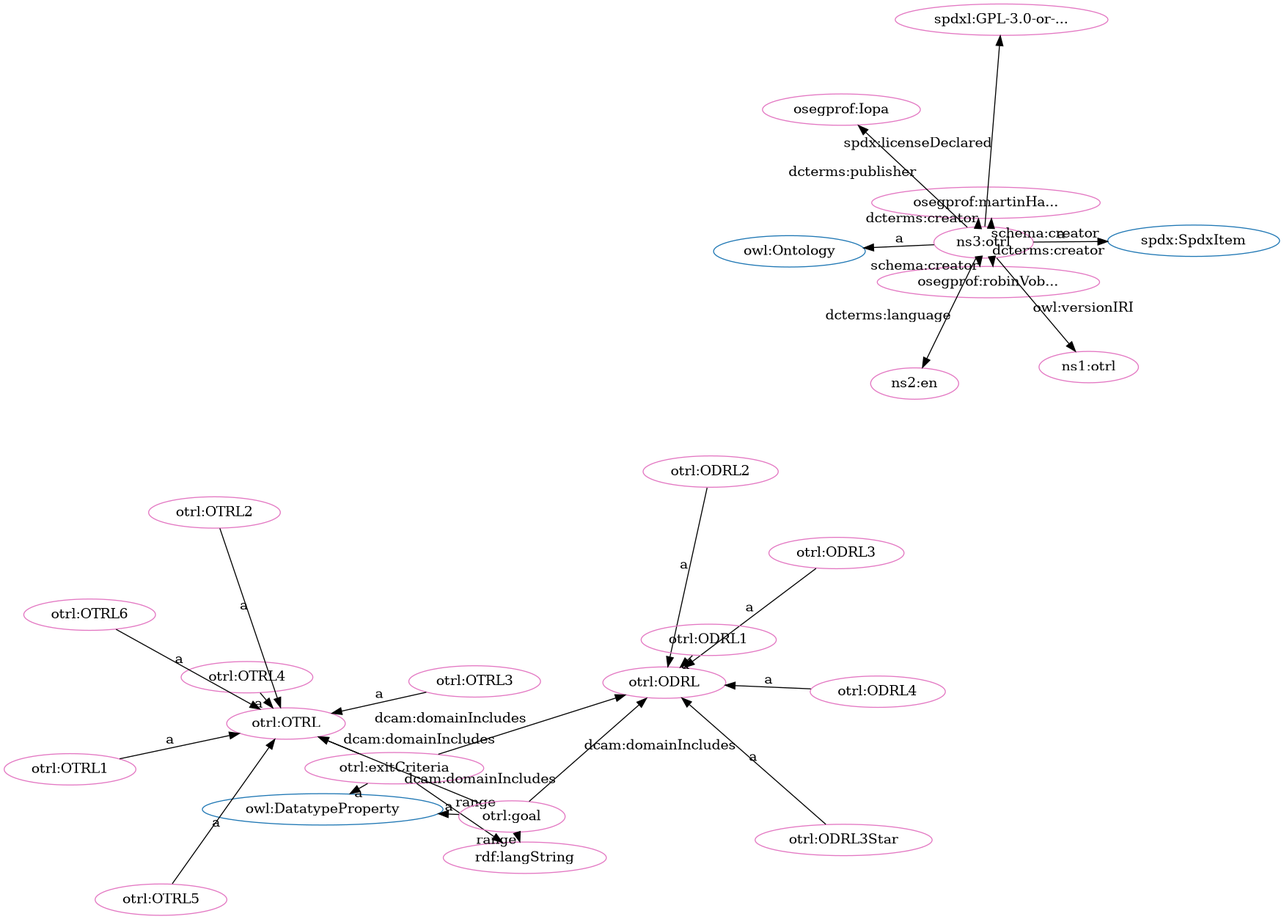
iop-alliance/OpenKnowHow keeps this Graphviz diagram as src/spec/fdp_otrl.png. Above is the earlier version. Its source is kept beside it as src/spec/fdp_otrl.dot.
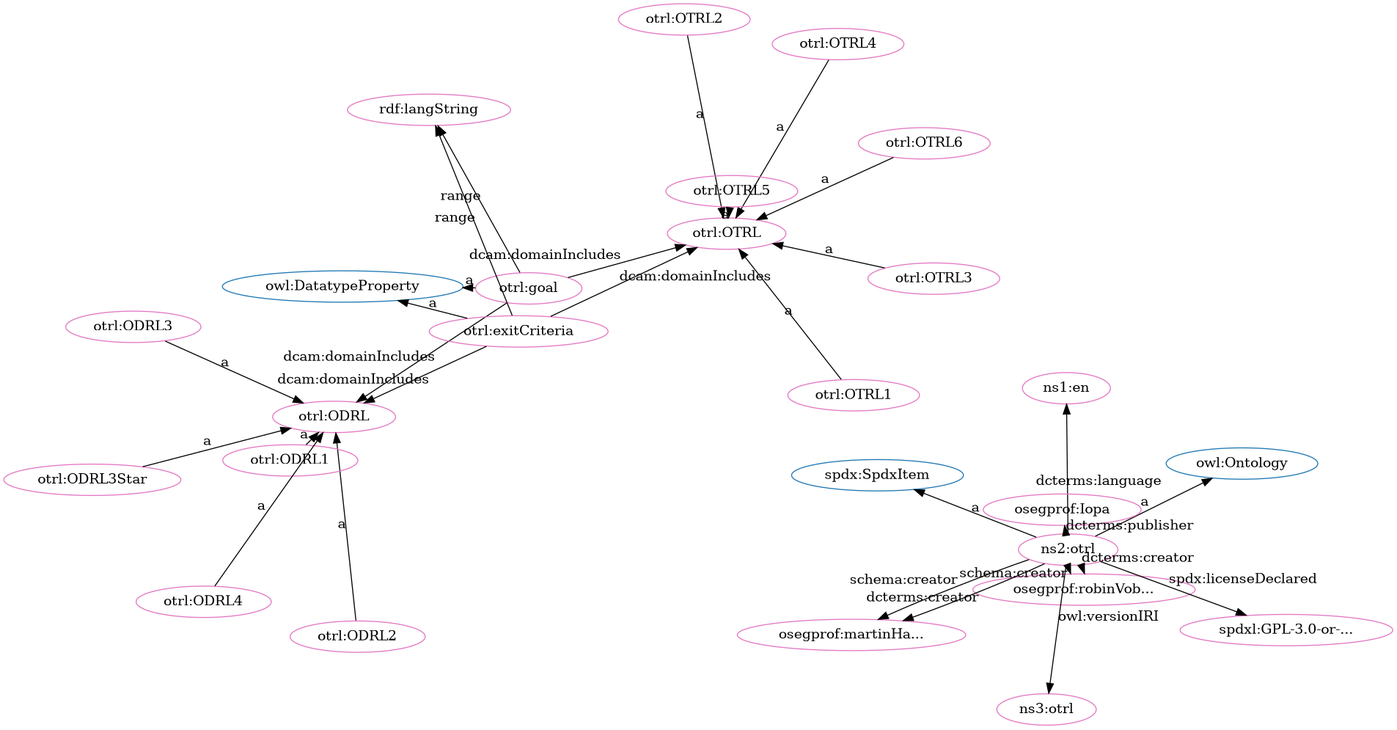
After the commit.

What changed in the source:
```diff
@@ -1,61 +1,61 @@
 digraph G {
   rankdir=BT
   node[height=.3]
-"http://www.w3.org/2002/07/owl#DatatypeProperty" [fillcolor="#1f77b4" color="#1f77b4" label="owl:DatatypeProperty"]
+"http://spdx.org/rdf/terms#SpdxItem" [fillcolor="#1f77b4" color="#1f77b4" label="spdx:SpdxItem"]
+"http://www.w3.org/2002/07/owl#Ontology" [fillcolor="#1f77b4" color="#1f77b4" label="owl:Ontology"]
 "http://w3id.org/oseg/ont/otrl#ODRL" [fillcolor="#1f77b4" color="#1f77b4" label="otrl:ODRL"]
 "http://w3id.org/oseg/ont/otrl#OTRL" [fillcolor="#1f77b4" color="#1f77b4" label="otrl:OTRL"]
-"http://www.w3.org/2002/07/owl#Ontology" [fillcolor="#1f77b4" color="#1f77b4" label="owl:Ontology"]
-"http://spdx.org/rdf/terms#SpdxItem" [fillcolor="#1f77b4" color="#1f77b4" label="spdx:SpdxItem"]
-"http://w3id.org/oseg/ont/1.1.0/otrl" [fillcolor="#e377c2" color="#e377c2" label="ns1:otrl"]
-"http://w3id.org/oseg/ont/oseg-profiles#Iopa" [fillcolor="#e377c2" color="#e377c2" label="osegprof:Iopa"]
+"http://www.w3.org/2002/07/owl#DatatypeProperty" [fillcolor="#1f77b4" color="#1f77b4" label="owl:DatatypeProperty"]
+"http://w3id.org/oseg/ont/otrl#OTRL2" [fillcolor="#e377c2" color="#e377c2" label="otrl:OTRL2"]
+"http://w3id.org/oseg/ont/oseg-profiles#robinVobruba" [fillcolor="#e377c2" color="#e377c2" label="osegprof:robinVob..."]
+"http://www.w3.org/1999/02/22-rdf-syntax-ns#langString" [fillcolor="#e377c2" color="#e377c2" label="rdf:langString"]
+"http://id.loc.gov/vocabulary/iso639-1/en" [fillcolor="#e377c2" color="#e377c2" label="ns1:en"]
+"http://w3id.org/oseg/ont/otrl" [fillcolor="#e377c2" color="#e377c2" label="ns2:otrl"]
+"http://w3id.org/oseg/ont/otrl#ODRL3" [fillcolor="#e377c2" color="#e377c2" label="otrl:ODRL3"]
+"http://w3id.org/oseg/ont/otrl#goal" [fillcolor="#e377c2" color="#e377c2" label="otrl:goal"]
+"http://w3id.org/oseg/ont/otrl#ODRL" [fillcolor="#e377c2" color="#e377c2" label="otrl:ODRL"]
+"http://w3id.org/oseg/ont/otrl#exitCriteria" [fillcolor="#e377c2" color="#e377c2" label="otrl:exitCriteria"]
 "http://w3id.org/oseg/ont/otrl#OTRL4" [fillcolor="#e377c2" color="#e377c2" label="otrl:OTRL4"]
+"http://w3id.org/oseg/ont/otrl#OTRL1" [fillcolor="#e377c2" color="#e377c2" label="otrl:OTRL1"]
 "http://w3id.org/oseg/ont/otrl#ODRL2" [fillcolor="#e377c2" color="#e377c2" label="otrl:ODRL2"]
-"http://w3id.org/oseg/ont/oseg-profiles#martinHaeuer" [fillcolor="#e377c2" color="#e377c2" label="osegprof:martinHa..."]
-"http://w3id.org/oseg/ont/otrl#ODRL" [fillcolor="#e377c2" color="#e377c2" label="otrl:ODRL"]
-"http://w3id.org/oseg/ont/otrl#OTRL6" [fillcolor="#e377c2" color="#e377c2" label="otrl:OTRL6"]
-"http://w3id.org/oseg/ont/otrl#exitCriteria" [fillcolor="#e377c2" color="#e377c2" label="otrl:exitCriteria"]
-"http://w3id.org/oseg/ont/otrl#OTRL5" [fillcolor="#e377c2" color="#e377c2" label="otrl:OTRL5"]
-"http://w3id.org/oseg/ont/otrl#OTRL2" [fillcolor="#e377c2" color="#e377c2" label="otrl:OTRL2"]
-"http://spdx.org/licenses/GPL-3.0-or-later" [fillcolor="#e377c2" color="#e377c2" label="spdxl:GPL-3.0-or-..."]
 "http://w3id.org/oseg/ont/otrl#OTRL" [fillcolor="#e377c2" color="#e377c2" label="otrl:OTRL"]
 "http://w3id.org/oseg/ont/otrl#ODRL3Star" [fillcolor="#e377c2" color="#e377c2" label="otrl:ODRL3Star"]
-"http://id.loc.gov/vocabulary/iso639-1/en" [fillcolor="#e377c2" color="#e377c2" label="ns2:en"]
-"http://www.w3.org/1999/02/22-rdf-syntax-ns#langString" [fillcolor="#e377c2" color="#e377c2" label="rdf:langString"]
-"http://w3id.org/oseg/ont/otrl#OTRL1" [fillcolor="#e377c2" color="#e377c2" label="otrl:OTRL1"]
+"http://w3id.org/oseg/ont/oseg-profiles#Iopa" [fillcolor="#e377c2" color="#e377c2" label="osegprof:Iopa"]
+"http://w3id.org/oseg/ont/oseg-profiles#martinHaeuer" [fillcolor="#e377c2" color="#e377c2" label="osegprof:martinHa..."]
+"http://w3id.org/oseg/ont/otrl#OTRL3" [fillcolor="#e377c2" color="#e377c2" label="otrl:OTRL3"]
+"http://spdx.org/licenses/GPL-3.0-or-later" [fillcolor="#e377c2" color="#e377c2" label="spdxl:GPL-3.0-or-..."]
+"http://w3id.org/oseg/ont/1.1.0/otrl" [fillcolor="#e377c2" color="#e377c2" label="ns3:otrl"]
+"http://w3id.org/oseg/ont/otrl#OTRL6" [fillcolor="#e377c2" color="#e377c2" label="otrl:OTRL6"]
+"http://w3id.org/oseg/ont/otrl#OTRL5" [fillcolor="#e377c2" color="#e377c2" label="otrl:OTRL5"]
+"http://w3id.org/oseg/ont/otrl#ODRL1" [fillcolor="#e377c2" color="#e377c2" label="otrl:ODRL1"]
 "http://w3id.org/oseg/ont/otrl#ODRL4" [fillcolor="#e377c2" color="#e377c2" label="otrl:ODRL4"]
-"http://w3id.org/oseg/ont/otrl#ODRL3" [fillcolor="#e377c2" color="#e377c2" label="otrl:ODRL3"]
-"http://w3id.org/oseg/ont/otrl#ODRL1" [fillcolor="#e377c2" color="#e377c2" label="otrl:ODRL1"]
-"http://w3id.org/oseg/ont/otrl#OTRL3" [fillcolor="#e377c2" color="#e377c2" label="otrl:OTRL3"]
-"http://w3id.org/oseg/ont/otrl#goal" [fillcolor="#e377c2" color="#e377c2" label="otrl:goal"]
-"http://w3id.org/oseg/ont/oseg-profiles#robinVobruba" [fillcolor="#e377c2" color="#e377c2" label="osegprof:robinVob..."]
-"http://w3id.org/oseg/ont/otrl" [fillcolor="#e377c2" color="#e377c2" label="ns3:otrl"]
+  "http://w3id.org/oseg/ont/otrl#OTRL2" -> "http://w3id.org/oseg/ont/otrl#OTRL" [label="a"]
+  "http://w3id.org/oseg/ont/otrl" -> "http://w3id.org/oseg/ont/oseg-profiles#robinVobruba" [label="dcterms:creator"]
+  "http://w3id.org/oseg/ont/otrl#exitCriteria" -> "http://www.w3.org/1999/02/22-rdf-syntax-ns#langString" [label="range"]
+  "http://w3id.org/oseg/ont/otrl" -> "http://id.loc.gov/vocabulary/iso639-1/en" [label="dcterms:language"]
+  "http://w3id.org/oseg/ont/otrl" -> "http://www.w3.org/2002/07/owl#Ontology" [label="a"]
+  "http://w3id.org/oseg/ont/otrl#ODRL3" -> "http://w3id.org/oseg/ont/otrl#ODRL" [label="a"]
+  "http://w3id.org/oseg/ont/otrl#goal" -> "http://www.w3.org/2002/07/owl#DatatypeProperty" [label="a"]
+  "http://w3id.org/oseg/ont/otrl#exitCriteria" -> "http://w3id.org/oseg/ont/otrl#ODRL" [label="dcam:domainIncludes"]
+  "http://w3id.org/oseg/ont/otrl#ODRL2" -> "http://w3id.org/oseg/ont/otrl#ODRL" [label="a"]
+  "http://w3id.org/oseg/ont/otrl#goal" -> "http://w3id.org/oseg/ont/otrl#OTRL" [label="dcam:domainIncludes"]
   "http://w3id.org/oseg/ont/otrl" -> "http://w3id.org/oseg/ont/oseg-profiles#Iopa" [label="dcterms:publisher"]
+  "http://w3id.org/oseg/ont/otrl" -> "http://spdx.org/rdf/terms#SpdxItem" [label="a"]
+  "http://w3id.org/oseg/ont/otrl" -> "http://w3id.org/oseg/ont/oseg-profiles#martinHaeuer" [label="dcterms:creator"]
+  "http://w3id.org/oseg/ont/otrl" -> "http://spdx.org/licenses/GPL-3.0-or-later" [label="spdx:licenseDeclared"]
+  "http://w3id.org/oseg/ont/otrl#OTRL5" -> "http://w3id.org/oseg/ont/otrl#OTRL" [label="a"]
+  "http://w3id.org/oseg/ont/otrl#exitCriteria" -> "http://www.w3.org/2002/07/owl#DatatypeProperty" [label="a"]
   "http://w3id.org/oseg/ont/otrl#OTRL4" -> "http://w3id.org/oseg/ont/otrl#OTRL" [label="a"]
-  "http://w3id.org/oseg/ont/otrl" -> "http://w3id.org/oseg/ont/oseg-profiles#martinHaeuer" [label="dcterms:creator"]
-  "http://w3id.org/oseg/ont/otrl#exitCriteria" -> "http://www.w3.org/2002/07/owl#DatatypeProperty" [label="a"]
-  "http://w3id.org/oseg/ont/otrl#OTRL5" -> "http://w3id.org/oseg/ont/otrl#OTRL" [label="a"]
-  "http://w3id.org/oseg/ont/otrl" -> "http://spdx.org/licenses/GPL-3.0-or-later" [label="spdx:licenseDeclared"]
+  "http://w3id.org/oseg/ont/otrl#OTRL1" -> "http://w3id.org/oseg/ont/otrl#OTRL" [label="a"]
+  "http://w3id.org/oseg/ont/otrl#goal" -> "http://www.w3.org/1999/02/22-rdf-syntax-ns#langString" [label="range"]
   "http://w3id.org/oseg/ont/otrl#ODRL3Star" -> "http://w3id.org/oseg/ont/otrl#ODRL" [label="a"]
-  "http://w3id.org/oseg/ont/otrl" -> "http://id.loc.gov/vocabulary/iso639-1/en" [label="dcterms:language"]
-  "http://w3id.org/oseg/ont/otrl#exitCriteria" -> "http://www.w3.org/1999/02/22-rdf-syntax-ns#langString" [label="range"]
-  "http://w3id.org/oseg/ont/otrl#ODRL4" -> "http://w3id.org/oseg/ont/otrl#ODRL" [label="a"]
-  "http://w3id.org/oseg/ont/otrl#ODRL3" -> "http://w3id.org/oseg/ont/otrl#ODRL" [label="a"]
-  "http://w3id.org/oseg/ont/otrl#ODRL1" -> "http://w3id.org/oseg/ont/otrl#ODRL" [label="a"]
-  "http://w3id.org/oseg/ont/otrl" -> "http://w3id.org/oseg/ont/oseg-profiles#robinVobruba" [label="dcterms:creator"]
+  "http://w3id.org/oseg/ont/otrl#goal" -> "http://w3id.org/oseg/ont/otrl#ODRL" [label="dcam:domainIncludes"]
+  "http://w3id.org/oseg/ont/otrl#exitCriteria" -> "http://w3id.org/oseg/ont/otrl#OTRL" [label="dcam:domainIncludes"]
+  "http://w3id.org/oseg/ont/otrl#OTRL3" -> "http://w3id.org/oseg/ont/otrl#OTRL" [label="a"]
+  "http://w3id.org/oseg/ont/otrl" -> "http://w3id.org/oseg/ont/oseg-profiles#robinVobruba" [label="schema:creator"]
   "http://w3id.org/oseg/ont/otrl" -> "http://w3id.org/oseg/ont/1.1.0/otrl" [label="owl:versionIRI"]
-  "http://w3id.org/oseg/ont/otrl" -> "http://w3id.org/oseg/ont/oseg-profiles#robinVobruba" [label="schema:creator"]
-  "http://w3id.org/oseg/ont/otrl#ODRL2" -> "http://w3id.org/oseg/ont/otrl#ODRL" [label="a"]
-  "http://w3id.org/oseg/ont/otrl#goal" -> "http://w3id.org/oseg/ont/otrl#ODRL" [label="dcam:domainIncludes"]
   "http://w3id.org/oseg/ont/otrl#OTRL6" -> "http://w3id.org/oseg/ont/otrl#OTRL" [label="a"]
   "http://w3id.org/oseg/ont/otrl" -> "http://w3id.org/oseg/ont/oseg-profiles#martinHaeuer" [label="schema:creator"]
-  "http://w3id.org/oseg/ont/otrl#OTRL2" -> "http://w3id.org/oseg/ont/otrl#OTRL" [label="a"]
-  "http://w3id.org/oseg/ont/otrl#goal" -> "http://w3id.org/oseg/ont/otrl#OTRL" [label="dcam:domainIncludes"]
-  "http://w3id.org/oseg/ont/otrl#OTRL1" -> "http://w3id.org/oseg/ont/otrl#OTRL" [label="a"]
-  "http://w3id.org/oseg/ont/otrl#OTRL3" -> "http://w3id.org/oseg/ont/otrl#OTRL" [label="a"]
-  "http://w3id.org/oseg/ont/otrl#goal" -> "http://www.w3.org/2002/07/owl#DatatypeProperty" [label="a"]
-  "http://w3id.org/oseg/ont/otrl#goal" -> "http://www.w3.org/1999/02/22-rdf-syntax-ns#langString" [label="range"]
-  "http://w3id.org/oseg/ont/otrl" -> "http://spdx.org/rdf/terms#SpdxItem" [label="a"]
-  "http://w3id.org/oseg/ont/otrl#exitCriteria" -> "http://w3id.org/oseg/ont/otrl#ODRL" [label="dcam:domainIncludes"]
-  "http://w3id.org/oseg/ont/otrl" -> "http://www.w3.org/2002/07/owl#Ontology" [label="a"]
-  "http://w3id.org/oseg/ont/otrl#exitCriteria" -> "http://w3id.org/oseg/ont/otrl#OTRL" [label="dcam:domainIncludes"]
+  "http://w3id.org/oseg/ont/otrl#ODRL1" -> "http://w3id.org/oseg/ont/otrl#ODRL" [label="a"]
+  "http://w3id.org/oseg/ont/otrl#ODRL4" -> "http://w3id.org/oseg/ont/otrl#ODRL" [label="a"]
 }
```
